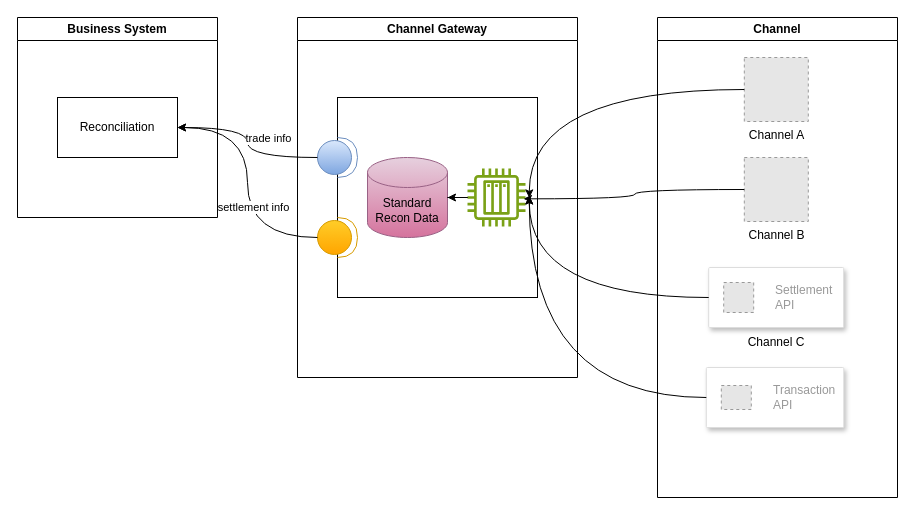
Before: Reconciliation Solution In Channel.drawio in catface996/images, a draw.io diagram. Source tidied: cells renumbered, new cells numbered last; positions are measured from the earlier drawing's top-left corner, leaving out a move shared by most shapes. Both pictures are drawn from the tidied source at 100%, with x=0, y=0 at pixel (17, 17). Pictures stored in the file or linked from it are replaced by grey dashed boxes.
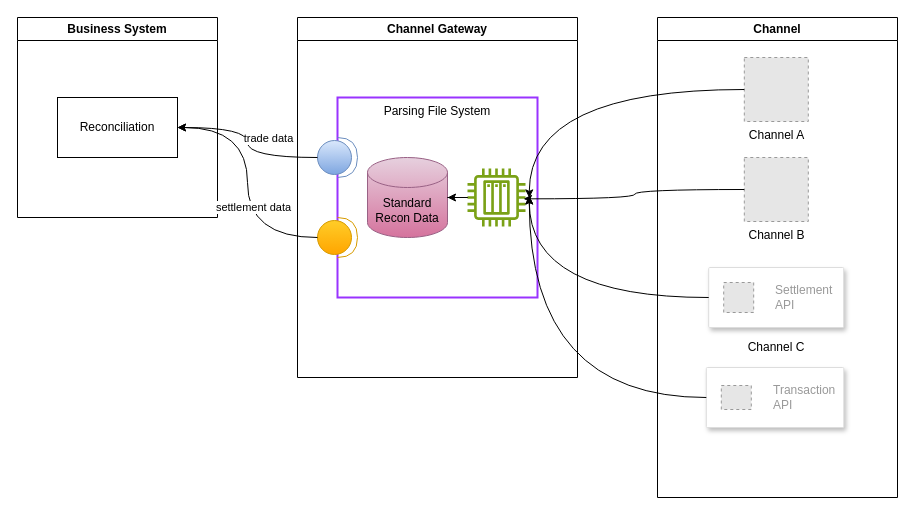
After the change.

The change refers to these unchanged cells:
```xml
<mxCell id="2" value="Channel" style="swimlane;whiteSpace=wrap;html=1;" parent="1" vertex="1">
  <mxGeometry x="640" width="240" height="480" as="geometry" />
</mxCell>
<mxCell id="10" value="Channel Gateway" style="swimlane;whiteSpace=wrap;html=1;" parent="1" vertex="1">
  <mxGeometry x="280" width="280" height="360" as="geometry" />
</mxCell>
<mxCell id="23" style="edgeStyle=orthogonalEdgeStyle;rounded=0;jettySize=auto;html=1;entryX=1;entryY=0.5;entryDx=0;entryDy=0;curved=1;" parent="1" edge="1" source="12" target="18">
  <mxGeometry relative="1" as="geometry" />
</mxCell>
<mxCell id="25" style="edgeStyle=orthogonalEdgeStyle;rounded=0;jettySize=auto;html=1;entryX=1;entryY=0.5;entryDx=0;entryDy=0;curved=1;" parent="1" edge="1" source="13" target="18">
  <mxGeometry relative="1" as="geometry" />
</mxCell>
```

The edit, as a diff of the source:
```diff
@@
     <mxCell id="9" value="Channel C" style="text;html=1;strokeColor=none;fillColor=none;align=center;verticalAlign=middle;whiteSpace=wrap;rounded=0;" parent="2" vertex="1">
-      <mxGeometry x="88.8" y="310" width="60" height="30" as="geometry" />
+      <mxGeometry x="88.8" y="315" width="60" height="30" as="geometry" />
     </mxCell>
@@
-    <mxCell id="11" style="rounded=0;whiteSpace=wrap;html=1;" parent="10" vertex="1">
+    <mxCell id="11" value="Parsing File System" style="rounded=0;whiteSpace=wrap;html=1;verticalAlign=top;strokeColor=#9933FF;strokeWidth=2;" parent="10" vertex="1">
       <mxGeometry x="40" y="80" width="200" height="200" as="geometry" />
     </mxCell>
@@
-    <mxCell id="24" value="trade info" style="edgeLabel;html=1;align=center;verticalAlign=middle;" parent="23" vertex="1">
+    <mxCell id="24" value="trade data" style="edgeLabel;html=1;align=center;verticalAlign=middle;" parent="23" vertex="1">
       <mxGeometry x="-0.32" y="-8" relative="1" as="geometry">
         <mxPoint x="8" y="-12" as="offset" />
       </mxGeometry>
     </mxCell>
@@
-    <mxCell id="26" value="settlement info" style="edgeLabel;html=1;align=center;verticalAlign=middle;" parent="25" vertex="1">
+    <mxCell id="26" value="settlement data" style="edgeLabel;html=1;align=center;verticalAlign=middle;" parent="25" vertex="1">
       <mxGeometry x="-0.19" y="-5" relative="1" as="geometry" />
     </mxCell>
```
